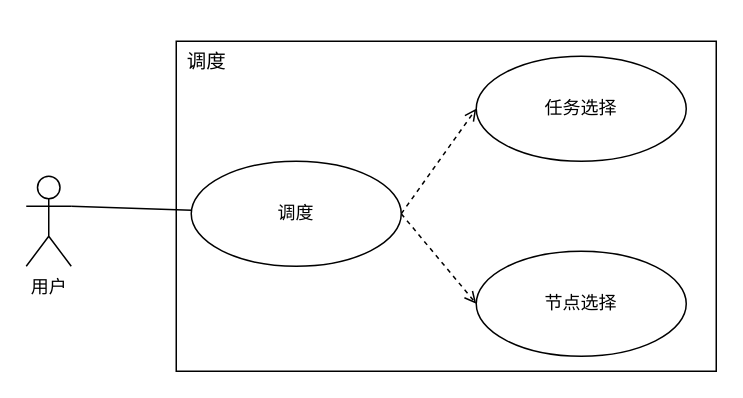
Earlier version of the draw.io diagram 调度用例图.drawio (tianshengdiwangK/common). Source tidied: cells renumbered, new cells numbered last; positions are measured from the earlier drawing's top-left corner, leaving out a move shared by most shapes. Both pictures are drawn from the tidied source at 150%, with x=0, y=0 at pixel (26, 26).
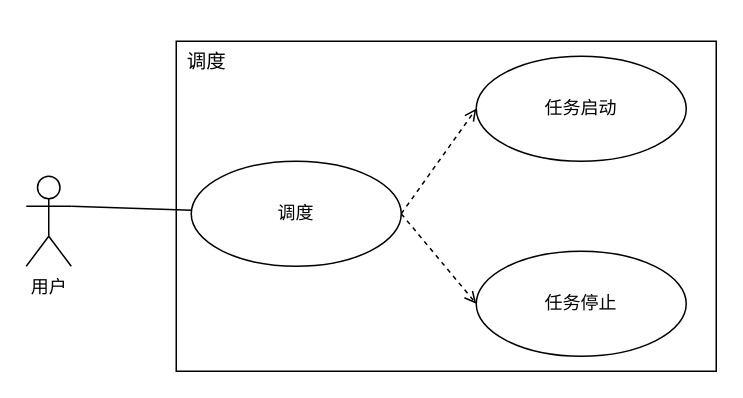
The same diagram, later.

Commit message (it also covers changes not shown here):
更新调度用例图.drawio

Change to the diagram source:
```diff
@@
 <mxGraphModel>
   <root>
     <mxCell id="0" />
     <mxCell id="1" parent="0" />
     <mxCell id="2" style="rounded=0;whiteSpace=wrap;html=1;" parent="1" vertex="1">
       <mxGeometry x="100" y="10" width="360" height="220" as="geometry" />
     </mxCell>
     <mxCell id="3" value="用户" style="shape=umlActor;verticalLabelPosition=bottom;verticalAlign=top;html=1;outlineConnect=0;" parent="1" vertex="1">
       <mxGeometry y="100" width="30" height="60" as="geometry" />
     </mxCell>
     <mxCell id="4" value="&lt;span style=&quot;font-weight: normal;&quot;&gt;&lt;font style=&quot;font-size: 13px;&quot;&gt;调度&lt;/font&gt;&lt;/span&gt;" style="text;strokeColor=none;fillColor=none;html=1;fontSize=24;fontStyle=1;verticalAlign=middle;align=center;" parent="1" vertex="1">
       <mxGeometry x="70" width="100" height="40" as="geometry" />
     </mxCell>
     <mxCell id="5" style="rounded=0;jettySize=auto;html=1;entryX=0;entryY=0.5;entryDx=0;entryDy=0;dashed=1;endArrow=open;endFill=0;exitX=1;exitY=0.5;exitDx=0;exitDy=0;" parent="1" edge="1" source="7" target="8">
       <mxGeometry relative="1" as="geometry" />
     </mxCell>
     <mxCell id="6" style="rounded=0;jettySize=auto;html=1;entryX=0;entryY=0.5;entryDx=0;entryDy=0;exitX=1;exitY=0.5;exitDx=0;exitDy=0;dashed=1;endArrow=open;endFill=0;" parent="1" edge="1" source="7" target="9">
       <mxGeometry relative="1" as="geometry" />
     </mxCell>
     <mxCell id="7" value="调度" style="ellipse;whiteSpace=wrap;html=1;" parent="1" vertex="1">
       <mxGeometry x="110" y="90" width="140" height="70" as="geometry" />
     </mxCell>
-    <mxCell id="8" value="任务选择" style="ellipse;whiteSpace=wrap;html=1;" parent="1" vertex="1">
+    <mxCell id="8" value="任务启动" style="ellipse;whiteSpace=wrap;html=1;" parent="1" vertex="1">
       <mxGeometry x="300" y="20" width="140" height="70" as="geometry" />
     </mxCell>
-    <mxCell id="9" value="节点选择" style="ellipse;whiteSpace=wrap;html=1;" parent="1" vertex="1">
+    <mxCell id="9" value="任务停止" style="ellipse;whiteSpace=wrap;html=1;" parent="1" vertex="1">
       <mxGeometry x="300" y="150" width="140" height="70" as="geometry" />
     </mxCell>
     <mxCell id="10" style="rounded=0;jettySize=auto;html=1;endArrow=none;endFill=0;exitX=1;exitY=0.3333333333333333;exitDx=0;exitDy=0;exitPerimeter=0;" parent="1" edge="1" source="3" target="7">
       <mxGeometry relative="1" as="geometry" />
     </mxCell>
   </root>
 </mxGraphModel>
```
